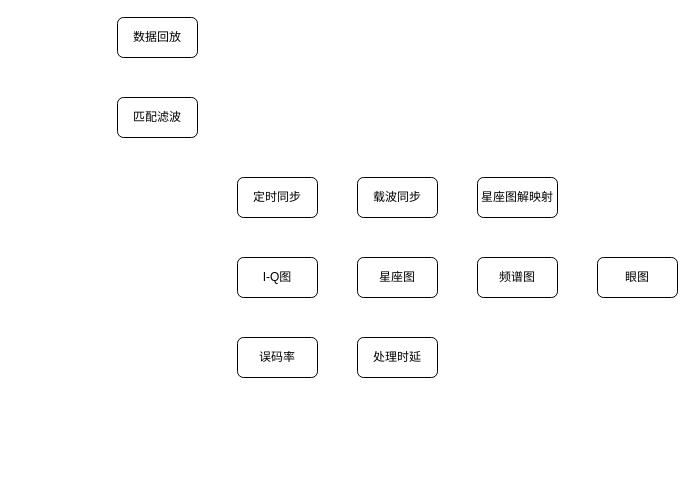
Earlier version of the draw.io diagram img/未命名绘图.drawio (Thesis7/satellite-burst-signal-demodulation-system-lab). Source tidied: cells renumbered, new cells numbered last; positions are measured from the earlier drawing's top-left corner, leaving out a move shared by most shapes. Both pictures are drawn from the tidied source at 100%, with x=0, y=0 at pixel (117, 17).
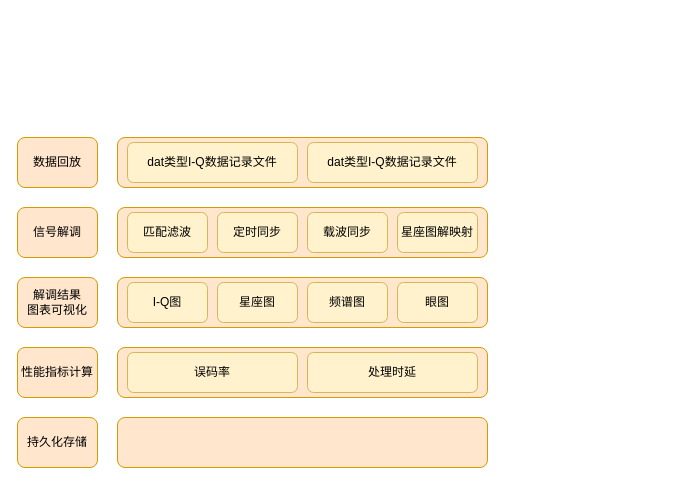
Above is the later version.

Commit message:
更新未命名绘图.drawio

The edit, as a diff of the source:
```diff
@@
+    <mxCell id="13" style="rounded=1;whiteSpace=wrap;html=1;fillColor=#ffe6cc;strokeColor=#d79b00;" parent="1" vertex="1">
+      <mxGeometry y="330" width="370" height="50" as="geometry" />
+    </mxCell>
+    <mxCell id="14" style="rounded=1;whiteSpace=wrap;html=1;fillColor=#ffe6cc;strokeColor=#d79b00;" parent="1" vertex="1">
+      <mxGeometry y="260" width="370" height="50" as="geometry" />
+    </mxCell>
+    <mxCell id="15" style="rounded=1;whiteSpace=wrap;html=1;fillColor=#ffe6cc;strokeColor=#d79b00;" parent="1" vertex="1">
+      <mxGeometry y="190" width="370" height="50" as="geometry" />
+    </mxCell>
+    <mxCell id="16" style="rounded=1;whiteSpace=wrap;html=1;fillColor=#ffe6cc;strokeColor=#d79b00;" parent="1" vertex="1">
+      <mxGeometry y="120" width="370" height="50" as="geometry" />
+    </mxCell>
-    <mxCell id="2" value="匹配滤波" style="rounded=1;whiteSpace=wrap;html=1;" parent="1" vertex="1">
-      <mxGeometry y="80" width="80" height="40" as="geometry" />
+    <mxCell id="2" value="匹配滤波" style="rounded=1;whiteSpace=wrap;html=1;fillColor=#fff2cc;strokeColor=#d6b656;" parent="1" vertex="1">
+      <mxGeometry x="10" y="195" width="80" height="40" as="geometry" />
     </mxCell>
-    <mxCell id="3" value="定时同步" style="rounded=1;whiteSpace=wrap;html=1;" parent="1" vertex="1">
-      <mxGeometry x="120" y="160" width="80" height="40" as="geometry" />
+    <mxCell id="3" value="定时同步" style="rounded=1;whiteSpace=wrap;html=1;fillColor=#fff2cc;strokeColor=#d6b656;" parent="1" vertex="1">
+      <mxGeometry x="100" y="195" width="80" height="40" as="geometry" />
     </mxCell>
-    <mxCell id="4" value="载波同步" style="rounded=1;whiteSpace=wrap;html=1;" parent="1" vertex="1">
-      <mxGeometry x="240" y="160" width="80" height="40" as="geometry" />
+    <mxCell id="4" value="载波同步" style="rounded=1;whiteSpace=wrap;html=1;fillColor=#fff2cc;strokeColor=#d6b656;" parent="1" vertex="1">
+      <mxGeometry x="190" y="195" width="80" height="40" as="geometry" />
     </mxCell>
-    <mxCell id="5" value="星座图解映射" style="rounded=1;whiteSpace=wrap;html=1;" parent="1" vertex="1">
-      <mxGeometry x="360" y="160" width="80" height="40" as="geometry" />
+    <mxCell id="5" value="星座图解映射" style="rounded=1;whiteSpace=wrap;html=1;fillColor=#fff2cc;strokeColor=#d6b656;" parent="1" vertex="1">
+      <mxGeometry x="280" y="195" width="80" height="40" as="geometry" />
     </mxCell>
-    <mxCell id="6" value="数据回放" style="rounded=1;whiteSpace=wrap;html=1;" parent="1" vertex="1">
-      <mxGeometry width="80" height="40" as="geometry" />
+    <mxCell id="6" value="dat类型I-Q数据记录文件" style="rounded=1;whiteSpace=wrap;html=1;fillColor=#fff2cc;strokeColor=#d6b656;" parent="1" vertex="1">
+      <mxGeometry x="10" y="125" width="170" height="40" as="geometry" />
     </mxCell>
-    <mxCell id="7" value="I-Q图" style="rounded=1;whiteSpace=wrap;html=1;" parent="1" vertex="1">
-      <mxGeometry x="120" y="240" width="80" height="40" as="geometry" />
+    <mxCell id="7" value="I-Q图" style="rounded=1;whiteSpace=wrap;html=1;fillColor=#fff2cc;strokeColor=#d6b656;" parent="1" vertex="1">
+      <mxGeometry x="10" y="265" width="80" height="40" as="geometry" />
     </mxCell>
-    <mxCell id="8" value="星座图" style="rounded=1;whiteSpace=wrap;html=1;" parent="1" vertex="1">
-      <mxGeometry x="240" y="240" width="80" height="40" as="geometry" />
+    <mxCell id="8" value="星座图" style="rounded=1;whiteSpace=wrap;html=1;fillColor=#fff2cc;strokeColor=#d6b656;" parent="1" vertex="1">
+      <mxGeometry x="100" y="265" width="80" height="40" as="geometry" />
     </mxCell>
-    <mxCell id="9" value="频谱图" style="rounded=1;whiteSpace=wrap;html=1;" parent="1" vertex="1">
-      <mxGeometry x="360" y="240" width="80" height="40" as="geometry" />
+    <mxCell id="9" value="频谱图" style="rounded=1;whiteSpace=wrap;html=1;fillColor=#fff2cc;strokeColor=#d6b656;" parent="1" vertex="1">
+      <mxGeometry x="190" y="265" width="80" height="40" as="geometry" />
     </mxCell>
-    <mxCell id="10" value="眼图" style="rounded=1;whiteSpace=wrap;html=1;" parent="1" vertex="1">
-      <mxGeometry x="480" y="240" width="80" height="40" as="geometry" />
+    <mxCell id="10" value="眼图" style="rounded=1;whiteSpace=wrap;html=1;fillColor=#fff2cc;strokeColor=#d6b656;" parent="1" vertex="1">
+      <mxGeometry x="280" y="265" width="80" height="40" as="geometry" />
     </mxCell>
+    <mxCell id="17" value="信号解调" style="rounded=1;whiteSpace=wrap;html=1;fillColor=#ffe6cc;strokeColor=#d79b00;" parent="1" vertex="1">
+      <mxGeometry x="-100" y="190" width="80" height="50" as="geometry" />
+    </mxCell>
+    <mxCell id="18" value="解调结果&lt;div&gt;图表可视化&lt;/div&gt;" style="rounded=1;whiteSpace=wrap;html=1;fillColor=#ffe6cc;strokeColor=#d79b00;" parent="1" vertex="1">
+      <mxGeometry x="-100" y="260" width="80" height="50" as="geometry" />
+    </mxCell>
+    <mxCell id="19" value="性能指标计算" style="rounded=1;whiteSpace=wrap;html=1;fillColor=#ffe6cc;strokeColor=#d79b00;" parent="1" vertex="1">
+      <mxGeometry x="-100" y="330" width="80" height="50" as="geometry" />
+    </mxCell>
+    <mxCell id="20" value="数据回放" style="rounded=1;whiteSpace=wrap;html=1;fillColor=#ffe6cc;strokeColor=#d79b00;" parent="1" vertex="1">
+      <mxGeometry x="-100" y="120" width="80" height="50" as="geometry" />
+    </mxCell>
+    <mxCell id="21" value="dat类型I-Q数据记录文件" style="rounded=1;whiteSpace=wrap;html=1;fillColor=#fff2cc;strokeColor=#d6b656;" parent="1" vertex="1">
+      <mxGeometry x="190" y="125" width="170" height="40" as="geometry" />
+    </mxCell>
-    <mxCell id="11" value="误码率" style="rounded=1;whiteSpace=wrap;html=1;" parent="1" vertex="1">
-      <mxGeometry x="120" y="320" width="80" height="40" as="geometry" />
+    <mxCell id="11" value="误码率" style="rounded=1;whiteSpace=wrap;html=1;fillColor=#fff2cc;strokeColor=#d6b656;" parent="1" vertex="1">
+      <mxGeometry x="10" y="335" width="170" height="40" as="geometry" />
     </mxCell>
-    <mxCell id="12" value="处理时延" style="rounded=1;whiteSpace=wrap;html=1;" parent="1" vertex="1">
-      <mxGeometry x="240" y="320" width="80" height="40" as="geometry" />
+    <mxCell id="12" value="处理时延" style="rounded=1;whiteSpace=wrap;html=1;fillColor=#fff2cc;strokeColor=#d6b656;" parent="1" vertex="1">
+      <mxGeometry x="190" y="335" width="170" height="40" as="geometry" />
     </mxCell>
+    <mxCell id="22" style="rounded=1;whiteSpace=wrap;html=1;fillColor=#ffe6cc;strokeColor=#d79b00;" parent="1" vertex="1">
+      <mxGeometry y="400" width="370" height="50" as="geometry" />
+    </mxCell>
+    <mxCell id="23" value="持久化存储" style="rounded=1;whiteSpace=wrap;html=1;fillColor=#ffe6cc;strokeColor=#d79b00;" parent="1" vertex="1">
+      <mxGeometry x="-100" y="400" width="80" height="50" as="geometry" />
+    </mxCell>
```
